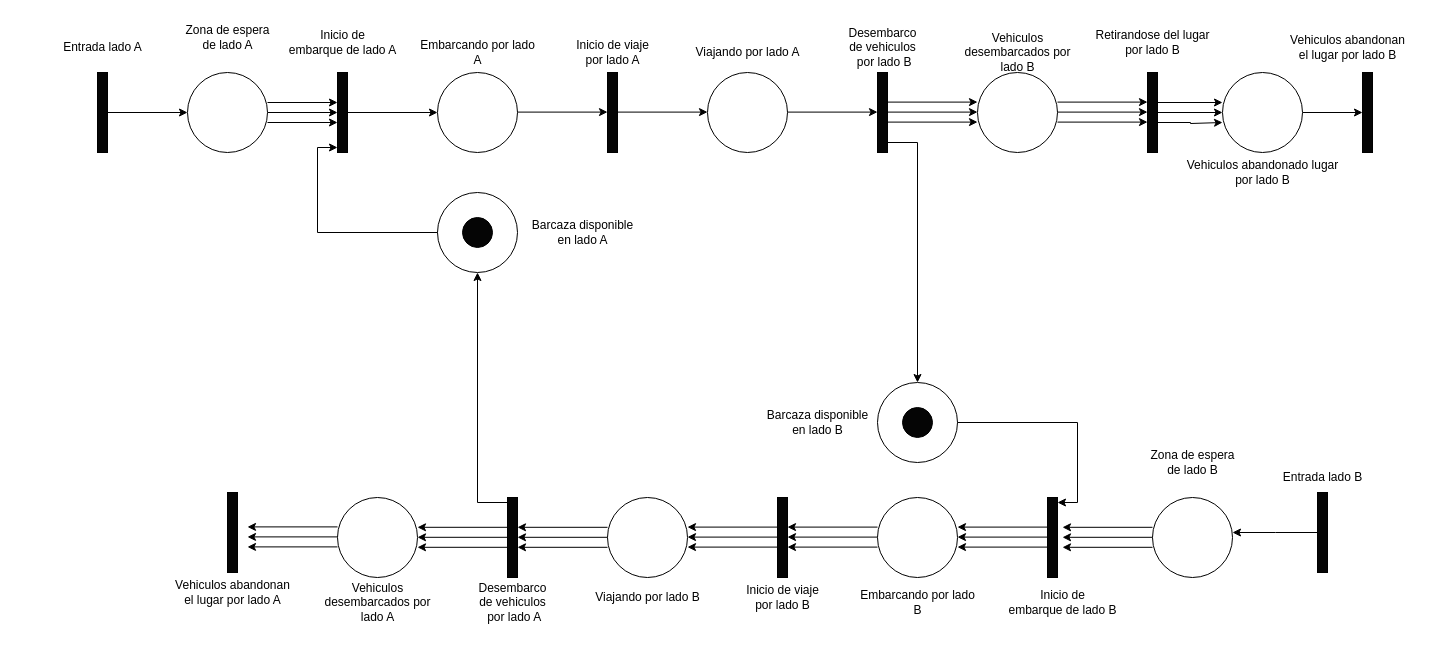
Before: RP /Ejercicio_Adicional_3.drawio in imnotsetro/IDS-1, a draw.io diagram. Source tidied: cells renumbered, new cells numbered last; positions are measured from the earlier drawing's top-left corner, leaving out a move shared by most shapes. Both pictures are drawn from the tidied source at 100%, with x=0, y=0 at pixel (52, 17).
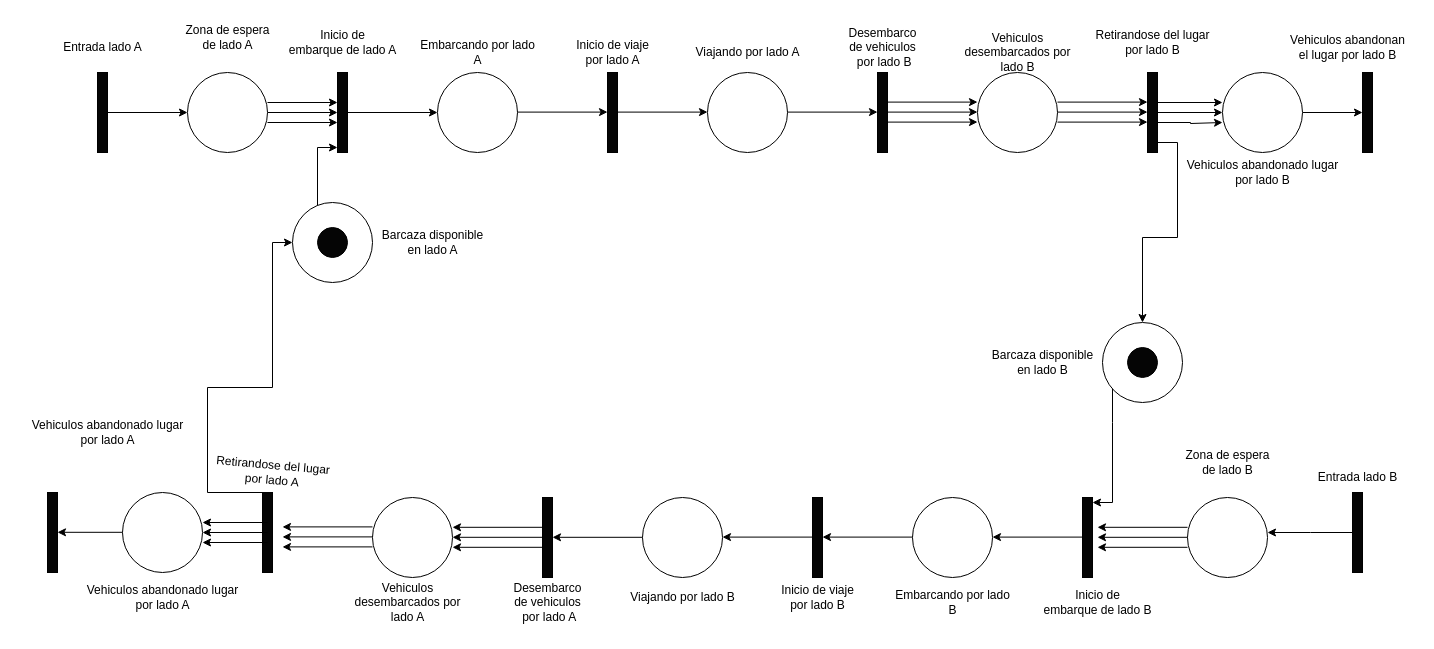
The same page after the edit.

The change refers to these unchanged cells:
```xml
<mxCell id="20" style="html=1;points=[[0,0,0,0,5],[0,1,0,0,-5],[1,0,0,0,5],[1,1,0,0,-5]];perimeter=orthogonalPerimeter;outlineConnect=0;targetShapes=umlLifeline;portConstraint=eastwest;newEdgeStyle={&quot;curved&quot;:0,&quot;rounded&quot;:0};fillColor=#050505;" parent="1" vertex="1">
  <mxGeometry x="825" y="55" width="10" height="80" as="geometry" />
</mxCell>
<mxCell id="41" style="html=1;points=[[0,0,0,0,5],[0,1,0,0,-5],[1,0,0,0,5],[1,1,0,0,-5]];perimeter=orthogonalPerimeter;outlineConnect=0;targetShapes=umlLifeline;portConstraint=eastwest;newEdgeStyle={&quot;curved&quot;:0,&quot;rounded&quot;:0};fillColor=#050505;" parent="1" vertex="1">
  <mxGeometry x="1095" y="55" width="10" height="80" as="geometry" />
</mxCell>
```

What changed in the source:
```diff
@@
     <mxCell id="14" style="ellipse;whiteSpace=wrap;html=1;" parent="1" vertex="1">
-      <mxGeometry x="385" y="175" width="80" height="80" as="geometry" />
+      <mxGeometry x="240" y="185" width="80" height="80" as="geometry" />
     </mxCell>
@@
     <mxCell id="16" style="ellipse;whiteSpace=wrap;html=1;fillColor=#050505;" parent="1" vertex="1">
-      <mxGeometry x="410" y="200" width="30" height="30" as="geometry" />
+      <mxGeometry x="265" y="210" width="30" height="30" as="geometry" />
     </mxCell>
@@
-    <mxCell id="19" style="edgeStyle=orthogonalEdgeStyle;rounded=0;jettySize=auto;html=1;curved=0;entryX=0.5;entryY=0;entryDx=0;entryDy=0;" parent="1" edge="1" source="20" target="59">
-      <mxGeometry relative="1" as="geometry">
-        <Array as="points">
-          <mxPoint x="865" y="125" />
-        </Array>
-      </mxGeometry>
-    </mxCell>
@@
     <mxCell id="23" style="ellipse;whiteSpace=wrap;html=1;" parent="1" vertex="1">
-      <mxGeometry x="285" y="480" width="80" height="80" as="geometry" />
+      <mxGeometry x="320" y="480" width="80" height="80" as="geometry" />
     </mxCell>
-    <mxCell id="24" style="edgeStyle=orthogonalEdgeStyle;rounded=0;jettySize=auto;html=1;curved=0;entryX=0.5;entryY=1;entryDx=0;entryDy=0;" parent="1" edge="1" source="25" target="14">
-      <mxGeometry relative="1" as="geometry">
-        <Array as="points">
-          <mxPoint x="425" y="485" />
-        </Array>
-      </mxGeometry>
-    </mxCell>
     <mxCell id="25" style="html=1;points=[[0,0,0,0,5],[0,1,0,0,-5],[1,0,0,0,5],[1,1,0,0,-5]];perimeter=orthogonalPerimeter;outlineConnect=0;targetShapes=umlLifeline;portConstraint=eastwest;newEdgeStyle={&quot;curved&quot;:0,&quot;rounded&quot;:0};fillColor=#050505;" parent="1" vertex="1">
-      <mxGeometry x="455" y="480" width="10" height="80" as="geometry" />
+      <mxGeometry x="490" y="480" width="10" height="80" as="geometry" />
     </mxCell>
     <mxCell id="26" style="ellipse;whiteSpace=wrap;html=1;" parent="1" vertex="1">
-      <mxGeometry x="555" y="480" width="80" height="80" as="geometry" />
+      <mxGeometry x="590" y="480" width="80" height="80" as="geometry" />
     </mxCell>
     <mxCell id="27" style="html=1;perimeter=orthogonalPerimeter;targetShapes=umlLifeline;newEdgeStyle={&quot;curved&quot;:0,&quot;rounded&quot;:0};fillColor=#050505;" parent="1" vertex="1">
-      <mxGeometry x="725" y="480" width="10" height="80" as="geometry" />
+      <mxGeometry x="760" y="480" width="10" height="80" as="geometry" />
     </mxCell>
     <mxCell id="28" style="edgeStyle=orthogonalEdgeStyle;rounded=0;orthogonalLoop=1;jettySize=auto;html=1;curved=0;" parent="1" edge="1">
       <mxGeometry relative="1" as="geometry">
-        <mxPoint x="725" y="519.6" as="sourcePoint" />
-        <mxPoint x="635" y="519.6" as="targetPoint" />
+        <mxPoint x="760" y="519.6" as="sourcePoint" />
+        <mxPoint x="670" y="519.6" as="targetPoint" />
       </mxGeometry>
     </mxCell>
-    <mxCell id="29" style="edgeStyle=orthogonalEdgeStyle;rounded=0;orthogonalLoop=1;jettySize=auto;html=1;entryX=0;entryY=0.375;entryDx=0;entryDy=0;entryPerimeter=0;" parent="1" edge="1">
-      <mxGeometry relative="1" as="geometry">
-        <mxPoint x="725" y="509.6" as="sourcePoint" />
-        <mxPoint x="635" y="509.6" as="targetPoint" />
-      </mxGeometry>
-    </mxCell>
-    <mxCell id="30" style="edgeStyle=orthogonalEdgeStyle;rounded=0;orthogonalLoop=1;jettySize=auto;html=1;entryX=0;entryY=0.625;entryDx=0;entryDy=0;entryPerimeter=0;" parent="1" edge="1">
-      <mxGeometry relative="1" as="geometry">
-        <mxPoint x="725" y="529.6" as="sourcePoint" />
-        <mxPoint x="635" y="529.6" as="targetPoint" />
-      </mxGeometry>
-    </mxCell>
     <mxCell id="31" style="ellipse;whiteSpace=wrap;html=1;" parent="1" vertex="1">
-      <mxGeometry x="825" y="480" width="80" height="80" as="geometry" />
+      <mxGeometry x="860" y="480" width="80" height="80" as="geometry" />
     </mxCell>
     <mxCell id="32" style="html=1;points=[[0,0,0,0,5],[0,1,0,0,-5],[1,0,0,0,5],[1,1,0,0,-5]];perimeter=orthogonalPerimeter;outlineConnect=0;targetShapes=umlLifeline;portConstraint=eastwest;newEdgeStyle={&quot;curved&quot;:0,&quot;rounded&quot;:0};fillColor=#050505;" parent="1" vertex="1">
-      <mxGeometry x="995" y="480" width="10" height="80" as="geometry" />
+      <mxGeometry x="1030" y="480" width="10" height="80" as="geometry" />
     </mxCell>
     <mxCell id="33" style="edgeStyle=orthogonalEdgeStyle;rounded=0;orthogonalLoop=1;jettySize=auto;html=1;curved=0;" parent="1" edge="1">
       <mxGeometry relative="1" as="geometry">
-        <mxPoint x="995" y="519.6" as="sourcePoint" />
-        <mxPoint x="905" y="519.6" as="targetPoint" />
+        <mxPoint x="1030" y="519.6" as="sourcePoint" />
+        <mxPoint x="940" y="519.6" as="targetPoint" />
       </mxGeometry>
     </mxCell>
-    <mxCell id="34" style="edgeStyle=orthogonalEdgeStyle;rounded=0;orthogonalLoop=1;jettySize=auto;html=1;entryX=0;entryY=0.375;entryDx=0;entryDy=0;entryPerimeter=0;" parent="1" edge="1">
-      <mxGeometry relative="1" as="geometry">
-        <mxPoint x="995" y="509.6" as="sourcePoint" />
-        <mxPoint x="905" y="509.6" as="targetPoint" />
-      </mxGeometry>
-    </mxCell>
-    <mxCell id="35" style="edgeStyle=orthogonalEdgeStyle;rounded=0;orthogonalLoop=1;jettySize=auto;html=1;entryX=0;entryY=0.625;entryDx=0;entryDy=0;entryPerimeter=0;" parent="1" edge="1">
-      <mxGeometry relative="1" as="geometry">
-        <mxPoint x="995" y="529.6" as="sourcePoint" />
-        <mxPoint x="905" y="529.6" as="targetPoint" />
-      </mxGeometry>
-    </mxCell>
     <mxCell id="36" style="edgeStyle=orthogonalEdgeStyle;rounded=0;orthogonalLoop=1;jettySize=auto;html=1;curved=0;" parent="1" edge="1">
       <mxGeometry relative="1" as="geometry">
-        <mxPoint x="825" y="519.6" as="sourcePoint" />
-        <mxPoint x="735" y="519.6" as="targetPoint" />
+        <mxPoint x="860" y="519.6" as="sourcePoint" />
+        <mxPoint x="770" y="519.6" as="targetPoint" />
       </mxGeometry>
     </mxCell>
-    <mxCell id="37" style="edgeStyle=orthogonalEdgeStyle;rounded=0;orthogonalLoop=1;jettySize=auto;html=1;entryX=0;entryY=0.375;entryDx=0;entryDy=0;entryPerimeter=0;" parent="1" edge="1">
-      <mxGeometry relative="1" as="geometry">
-        <mxPoint x="825" y="509.6" as="sourcePoint" />
-        <mxPoint x="735" y="509.6" as="targetPoint" />
-      </mxGeometry>
-    </mxCell>
-    <mxCell id="38" style="edgeStyle=orthogonalEdgeStyle;rounded=0;orthogonalLoop=1;jettySize=auto;html=1;entryX=0;entryY=0.625;entryDx=0;entryDy=0;entryPerimeter=0;" parent="1" edge="1">
-      <mxGeometry relative="1" as="geometry">
-        <mxPoint x="825" y="529.6" as="sourcePoint" />
-        <mxPoint x="735" y="529.6" as="targetPoint" />
-      </mxGeometry>
-    </mxCell>
@@
+    <mxCell id="92" style="edgeStyle=orthogonalEdgeStyle;rounded=0;jettySize=auto;html=1;curved=0;" parent="1" edge="1" source="41" target="59">
+      <mxGeometry relative="1" as="geometry">
+        <Array as="points">
+          <mxPoint x="1125" y="125" />
+          <mxPoint x="1125" y="220" />
+          <mxPoint x="1090" y="220" />
+        </Array>
+      </mxGeometry>
+    </mxCell>
@@
     <mxCell id="48" style="edgeStyle=orthogonalEdgeStyle;rounded=0;jettySize=auto;html=1;curved=0;" parent="1" edge="1" source="49">
       <mxGeometry relative="1" as="geometry">
-        <mxPoint x="1180" y="515" as="targetPoint" />
+        <mxPoint x="1215" y="515" as="targetPoint" />
       </mxGeometry>
     </mxCell>
     <mxCell id="49" style="html=1;points=[[0,0,0,0,5],[0,1,0,0,-5],[1,0,0,0,5],[1,1,0,0,-5]];perimeter=orthogonalPerimeter;outlineConnect=0;targetShapes=umlLifeline;portConstraint=eastwest;newEdgeStyle={&quot;curved&quot;:0,&quot;rounded&quot;:0};fillColor=#050505;" parent="1" vertex="1">
-      <mxGeometry x="1265" y="475" width="10" height="80" as="geometry" />
+      <mxGeometry x="1300" y="475" width="10" height="80" as="geometry" />
     </mxCell>
     <mxCell id="50" value="Entrada lado B" style="text;html=1;align=center;verticalAlign=middle;strokeColor=none;fillColor=none;" parent="1" vertex="1">
-      <mxGeometry x="1220" y="445" width="100" height="30" as="geometry" />
+      <mxGeometry x="1255" y="445" width="100" height="30" as="geometry" />
     </mxCell>
     <mxCell id="51" style="ellipse;whiteSpace=wrap;html=1;" parent="1" vertex="1">
-      <mxGeometry x="1100" y="480" width="80" height="80" as="geometry" />
+      <mxGeometry x="1135" y="480" width="80" height="80" as="geometry" />
     </mxCell>
     <mxCell id="52" value="&lt;div&gt;Zona de espera&lt;/div&gt;&lt;div&gt;de lado B&lt;br&gt;&lt;/div&gt;" style="text;html=1;align=center;verticalAlign=middle;strokeColor=none;fillColor=none;" parent="1" vertex="1">
-      <mxGeometry x="1085" y="425" width="110" height="40" as="geometry" />
+      <mxGeometry x="1120" y="425" width="110" height="40" as="geometry" />
     </mxCell>
     <mxCell id="53" style="edgeStyle=orthogonalEdgeStyle;rounded=0;orthogonalLoop=1;jettySize=auto;html=1;curved=0;" parent="1" edge="1">
       <mxGeometry relative="1" as="geometry">
-        <mxPoint x="555" y="519.8" as="sourcePoint" />
-        <mxPoint x="465" y="519.8" as="targetPoint" />
+        <mxPoint x="590" y="519.8" as="sourcePoint" />
+        <mxPoint x="500" y="519.8" as="targetPoint" />
       </mxGeometry>
     </mxCell>
-    <mxCell id="54" style="edgeStyle=orthogonalEdgeStyle;rounded=0;orthogonalLoop=1;jettySize=auto;html=1;entryX=0;entryY=0.375;entryDx=0;entryDy=0;entryPerimeter=0;" parent="1" edge="1">
-      <mxGeometry relative="1" as="geometry">
-        <mxPoint x="555" y="509.8" as="sourcePoint" />
-        <mxPoint x="465" y="509.8" as="targetPoint" />
-      </mxGeometry>
-    </mxCell>
-    <mxCell id="55" style="edgeStyle=orthogonalEdgeStyle;rounded=0;orthogonalLoop=1;jettySize=auto;html=1;entryX=0;entryY=0.625;entryDx=0;entryDy=0;entryPerimeter=0;" parent="1" edge="1">
-      <mxGeometry relative="1" as="geometry">
-        <mxPoint x="555" y="529.8" as="sourcePoint" />
-        <mxPoint x="465" y="529.8" as="targetPoint" />
-      </mxGeometry>
-    </mxCell>
     <mxCell id="56" style="edgeStyle=orthogonalEdgeStyle;rounded=0;orthogonalLoop=1;jettySize=auto;html=1;curved=0;" parent="1" edge="1">
       <mxGeometry relative="1" as="geometry">
-        <mxPoint x="455" y="519.8" as="sourcePoint" />
-        <mxPoint x="365" y="519.8" as="targetPoint" />
+        <mxPoint x="490" y="519.8" as="sourcePoint" />
+        <mxPoint x="400" y="519.8" as="targetPoint" />
       </mxGeometry>
     </mxCell>
     <mxCell id="57" style="edgeStyle=orthogonalEdgeStyle;rounded=0;orthogonalLoop=1;jettySize=auto;html=1;entryX=0;entryY=0.375;entryDx=0;entryDy=0;entryPerimeter=0;" parent="1" edge="1">
       <mxGeometry relative="1" as="geometry">
-        <mxPoint x="455" y="509.8" as="sourcePoint" />
-        <mxPoint x="365" y="509.8" as="targetPoint" />
+        <mxPoint x="490" y="509.8" as="sourcePoint" />
+        <mxPoint x="400" y="509.8" as="targetPoint" />
       </mxGeometry>
     </mxCell>
     <mxCell id="58" style="edgeStyle=orthogonalEdgeStyle;rounded=0;orthogonalLoop=1;jettySize=auto;html=1;entryX=0;entryY=0.625;entryDx=0;entryDy=0;entryPerimeter=0;" parent="1" edge="1">
       <mxGeometry relative="1" as="geometry">
-        <mxPoint x="455" y="529.8" as="sourcePoint" />
-        <mxPoint x="365" y="529.8" as="targetPoint" />
+        <mxPoint x="490" y="529.8" as="sourcePoint" />
+        <mxPoint x="400" y="529.8" as="targetPoint" />
       </mxGeometry>
     </mxCell>
     <mxCell id="59" style="ellipse;whiteSpace=wrap;html=1;" parent="1" vertex="1">
-      <mxGeometry x="825" y="365" width="80" height="80" as="geometry" />
+      <mxGeometry x="1050" y="305" width="80" height="80" as="geometry" />
     </mxCell>
     <mxCell id="60" style="ellipse;whiteSpace=wrap;html=1;fillColor=#050505;" parent="1" vertex="1">
-      <mxGeometry x="850" y="390" width="30" height="30" as="geometry" />
+      <mxGeometry x="1075" y="330" width="30" height="30" as="geometry" />
     </mxCell>
     <mxCell id="61" style="edgeStyle=orthogonalEdgeStyle;rounded=0;orthogonalLoop=1;jettySize=auto;html=1;curved=0;" parent="1" edge="1">
       <mxGeometry relative="1" as="geometry">
-        <mxPoint x="1100" y="519.8" as="sourcePoint" />
-        <mxPoint x="1010" y="519.8" as="targetPoint" />
+        <mxPoint x="1135" y="519.8" as="sourcePoint" />
+        <mxPoint x="1045" y="519.8" as="targetPoint" />
       </mxGeometry>
     </mxCell>
     <mxCell id="62" style="edgeStyle=orthogonalEdgeStyle;rounded=0;orthogonalLoop=1;jettySize=auto;html=1;entryX=0;entryY=0.375;entryDx=0;entryDy=0;entryPerimeter=0;" parent="1" edge="1">
       <mxGeometry relative="1" as="geometry">
-        <mxPoint x="1100" y="509.8" as="sourcePoint" />
-        <mxPoint x="1010" y="509.8" as="targetPoint" />
+        <mxPoint x="1135" y="509.8" as="sourcePoint" />
+        <mxPoint x="1045" y="509.8" as="targetPoint" />
       </mxGeometry>
     </mxCell>
     <mxCell id="63" style="edgeStyle=orthogonalEdgeStyle;rounded=0;orthogonalLoop=1;jettySize=auto;html=1;entryX=0;entryY=0.625;entryDx=0;entryDy=0;entryPerimeter=0;" parent="1" edge="1">
       <mxGeometry relative="1" as="geometry">
-        <mxPoint x="1100" y="529.8" as="sourcePoint" />
-        <mxPoint x="1010" y="529.8" as="targetPoint" />
+        <mxPoint x="1135" y="529.8" as="sourcePoint" />
+        <mxPoint x="1045" y="529.8" as="targetPoint" />
       </mxGeometry>
     </mxCell>
     <mxCell id="64" style="edgeStyle=orthogonalEdgeStyle;rounded=0;jettySize=auto;html=1;entryX=1;entryY=0;entryDx=0;entryDy=5;entryPerimeter=0;" parent="1" edge="1" source="59" target="32">
       <mxGeometry relative="1" as="geometry">
         <Array as="points">
-          <mxPoint x="1025" y="405" />
-          <mxPoint x="1025" y="485" />
+          <mxPoint x="1060" y="405" />
+          <mxPoint x="1060" y="485" />
         </Array>
       </mxGeometry>
     </mxCell>
+    <mxCell id="93" style="edgeStyle=orthogonalEdgeStyle;rounded=0;jettySize=auto;html=1;curved=0;entryX=0;entryY=0.5;entryDx=0;entryDy=0;" parent="1" edge="1" source="65" target="14">
+      <mxGeometry relative="1" as="geometry">
+        <Array as="points">
+          <mxPoint x="155" y="475" />
+          <mxPoint x="155" y="370" />
+          <mxPoint x="220" y="370" />
+          <mxPoint x="220" y="225" />
+        </Array>
+      </mxGeometry>
+    </mxCell>
     <mxCell id="65" style="html=1;points=[[0,0,0,0,5],[0,1,0,0,-5],[1,0,0,0,5],[1,1,0,0,-5]];perimeter=orthogonalPerimeter;outlineConnect=0;targetShapes=umlLifeline;portConstraint=eastwest;newEdgeStyle={&quot;curved&quot;:0,&quot;rounded&quot;:0};fillColor=#050505;" parent="1" vertex="1">
-      <mxGeometry x="175" y="475" width="10" height="80" as="geometry" />
+      <mxGeometry x="210" y="475" width="10" height="80" as="geometry" />
     </mxCell>
     <mxCell id="66" style="edgeStyle=orthogonalEdgeStyle;rounded=0;orthogonalLoop=1;jettySize=auto;html=1;curved=0;" parent="1" edge="1">
       <mxGeometry relative="1" as="geometry">
-        <mxPoint x="285" y="519.4" as="sourcePoint" />
-        <mxPoint x="195" y="519.4" as="targetPoint" />
+        <mxPoint x="320" y="519.4" as="sourcePoint" />
+        <mxPoint x="230" y="519.4" as="targetPoint" />
       </mxGeometry>
     </mxCell>
     <mxCell id="67" style="edgeStyle=orthogonalEdgeStyle;rounded=0;orthogonalLoop=1;jettySize=auto;html=1;entryX=0;entryY=0.375;entryDx=0;entryDy=0;entryPerimeter=0;" parent="1" edge="1">
       <mxGeometry relative="1" as="geometry">
-        <mxPoint x="285" y="509.4" as="sourcePoint" />
-        <mxPoint x="195" y="509.4" as="targetPoint" />
+        <mxPoint x="320" y="509.4" as="sourcePoint" />
+        <mxPoint x="230" y="509.4" as="targetPoint" />
       </mxGeometry>
     </mxCell>
     <mxCell id="68" style="edgeStyle=orthogonalEdgeStyle;rounded=0;orthogonalLoop=1;jettySize=auto;html=1;entryX=0;entryY=0.625;entryDx=0;entryDy=0;entryPerimeter=0;" parent="1" edge="1">
       <mxGeometry relative="1" as="geometry">
-        <mxPoint x="285" y="529.4" as="sourcePoint" />
-        <mxPoint x="195" y="529.4" as="targetPoint" />
+        <mxPoint x="320" y="529.4" as="sourcePoint" />
+        <mxPoint x="230" y="529.4" as="targetPoint" />
       </mxGeometry>
     </mxCell>
@@
     <mxCell id="76" value="&lt;div&gt;Inicio de&lt;/div&gt;&lt;div&gt;embarque de lado B&lt;br&gt;&lt;/div&gt;" style="text;html=1;align=center;verticalAlign=middle;strokeColor=none;fillColor=none;" parent="1" vertex="1">
-      <mxGeometry x="940" y="565" width="140" height="40" as="geometry" />
+      <mxGeometry x="975" y="565" width="140" height="40" as="geometry" />
     </mxCell>
     <mxCell id="77" value="&lt;div&gt;Embarcando por lado&lt;/div&gt;&lt;div&gt;B&lt;br&gt;&lt;/div&gt;" style="text;html=1;align=center;verticalAlign=middle;strokeColor=none;fillColor=none;" parent="1" vertex="1">
-      <mxGeometry x="795" y="565" width="140" height="40" as="geometry" />
+      <mxGeometry x="830" y="565" width="140" height="40" as="geometry" />
     </mxCell>
     <mxCell id="78" value="&lt;div&gt;Inicio de viaje&lt;/div&gt;&lt;div&gt;por lado B&lt;br&gt;&lt;/div&gt;" style="text;html=1;align=center;verticalAlign=middle;strokeColor=none;fillColor=none;" parent="1" vertex="1">
-      <mxGeometry x="680" y="560" width="100" height="40" as="geometry" />
+      <mxGeometry x="715" y="560" width="100" height="40" as="geometry" />
     </mxCell>
     <mxCell id="79" value="Viajando por lado B" style="text;html=1;align=center;verticalAlign=middle;strokeColor=none;fillColor=none;" parent="1" vertex="1">
-      <mxGeometry x="530" y="565" width="130" height="30" as="geometry" />
+      <mxGeometry x="565" y="565" width="130" height="30" as="geometry" />
     </mxCell>
     <mxCell id="80" value="&lt;div&gt;Desembarco&lt;/div&gt;&lt;div&gt;de vehiculos&lt;br&gt;&lt;/div&gt;&lt;div&gt;&amp;nbsp;por lado A&lt;br&gt;&lt;/div&gt;" style="text;html=1;align=center;verticalAlign=middle;strokeColor=none;fillColor=none;" parent="1" vertex="1">
-      <mxGeometry x="410" y="555" width="100" height="60" as="geometry" />
+      <mxGeometry x="445" y="555" width="100" height="60" as="geometry" />
     </mxCell>
     <mxCell id="81" value="&lt;div&gt;Vehiculos&lt;/div&gt;&lt;div&gt;desembarcados por&lt;/div&gt;&lt;div&gt;lado A&lt;br&gt;&lt;/div&gt;" style="text;html=1;align=center;verticalAlign=middle;strokeColor=none;fillColor=none;" parent="1" vertex="1">
-      <mxGeometry x="255" y="555" width="140" height="60" as="geometry" />
+      <mxGeometry x="285" y="555" width="140" height="60" as="geometry" />
     </mxCell>
-    <mxCell id="82" value="&lt;div&gt;Vehiculos abandonan&lt;/div&gt;&lt;div&gt;el lugar por lado A&lt;br&gt;&lt;/div&gt;" style="text;html=1;align=center;verticalAlign=middle;strokeColor=none;fillColor=none;" parent="1" vertex="1">
-      <mxGeometry x="110" y="555" width="140" height="40" as="geometry" />
-    </mxCell>
     <mxCell id="83" value="&lt;div&gt;Barcaza disponible&lt;/div&gt;&lt;div&gt;en lado B&lt;br&gt;&lt;/div&gt;" style="text;html=1;align=center;verticalAlign=middle;strokeColor=none;fillColor=none;" parent="1" vertex="1">
-      <mxGeometry x="700" y="385" width="130" height="40" as="geometry" />
+      <mxGeometry x="925" y="325" width="130" height="40" as="geometry" />
     </mxCell>
     <mxCell id="84" value="&lt;div&gt;Barcaza disponible&lt;/div&gt;&lt;div&gt;en lado A&lt;br&gt;&lt;/div&gt;" style="text;html=1;align=center;verticalAlign=middle;strokeColor=none;fillColor=none;" parent="1" vertex="1">
-      <mxGeometry x="465" y="195" width="130" height="40" as="geometry" />
+      <mxGeometry x="315" y="205" width="130" height="40" as="geometry" />
     </mxCell>
@@
+    <mxCell id="94" style="html=1;perimeter=orthogonalPerimeter;targetShapes=umlLifeline;newEdgeStyle={&quot;curved&quot;:0,&quot;rounded&quot;:0};fillColor=#050505;" parent="1" vertex="1">
+      <mxGeometry x="-5" y="475" width="10" height="80" as="geometry" />
+    </mxCell>
+    <mxCell id="95" value="&lt;div&gt;Vehiculos abandonado lugar&lt;/div&gt;&lt;div&gt;por lado A&lt;br&gt;&lt;/div&gt;" style="text;html=1;align=center;verticalAlign=middle;strokeColor=none;fillColor=none;" parent="1" vertex="1">
+      <mxGeometry x="-35" y="395" width="180" height="40" as="geometry" />
+    </mxCell>
+    <mxCell id="96" style="edgeStyle=orthogonalEdgeStyle;rounded=0;jettySize=auto;html=1;exitX=0.5;exitY=0.5;exitDx=0;exitDy=0;exitPerimeter=0;" parent="1" edge="1" source="65">
+      <mxGeometry relative="1" as="geometry">
+        <mxPoint x="150" y="515" as="targetPoint" />
+      </mxGeometry>
+    </mxCell>
+    <mxCell id="97" style="ellipse;whiteSpace=wrap;html=1;" parent="1" vertex="1">
+      <mxGeometry x="70" y="475" width="80" height="80" as="geometry" />
+    </mxCell>
+    <mxCell id="98" style="edgeStyle=orthogonalEdgeStyle;rounded=0;orthogonalLoop=1;jettySize=auto;html=1;exitX=0.5;exitY=0.5;exitDx=0;exitDy=0;exitPerimeter=0;" parent="1" edge="1">
+      <mxGeometry relative="1" as="geometry">
+        <mxPoint x="215" y="525" as="sourcePoint" />
+        <mxPoint x="150" y="525" as="targetPoint" />
+      </mxGeometry>
+    </mxCell>
+    <mxCell id="99" style="edgeStyle=orthogonalEdgeStyle;rounded=0;orthogonalLoop=1;jettySize=auto;html=1;exitX=0.5;exitY=0.5;exitDx=0;exitDy=0;exitPerimeter=0;" parent="1" edge="1">
+      <mxGeometry relative="1" as="geometry">
+        <mxPoint x="70" y="514.8" as="sourcePoint" />
+        <mxPoint x="5" y="514.8" as="targetPoint" />
+      </mxGeometry>
+    </mxCell>
+    <mxCell id="100" style="edgeStyle=orthogonalEdgeStyle;rounded=0;orthogonalLoop=1;jettySize=auto;html=1;exitX=0.5;exitY=0.5;exitDx=0;exitDy=0;exitPerimeter=0;" parent="1" edge="1">
+      <mxGeometry relative="1" as="geometry">
+        <mxPoint x="215" y="505" as="sourcePoint" />
+        <mxPoint x="150" y="505" as="targetPoint" />
+      </mxGeometry>
+    </mxCell>
+    <mxCell id="101" value="&lt;div&gt;Vehiculos abandonado lugar&lt;/div&gt;&lt;div&gt;por lado A&lt;br&gt;&lt;/div&gt;" style="text;html=1;align=center;verticalAlign=middle;strokeColor=none;fillColor=none;" parent="1" vertex="1">
+      <mxGeometry x="20" y="560" width="180" height="40" as="geometry" />
+    </mxCell>
+    <mxCell id="102" value="&lt;div&gt;Retirandose del lugar&lt;/div&gt;&lt;div&gt;por lado A&lt;br&gt;&lt;/div&gt;" style="text;html=1;align=center;verticalAlign=middle;strokeColor=none;fillColor=none;rotation=5;" parent="1" vertex="1">
+      <mxGeometry x="150" y="435" width="140" height="40" as="geometry" />
+    </mxCell>
```
